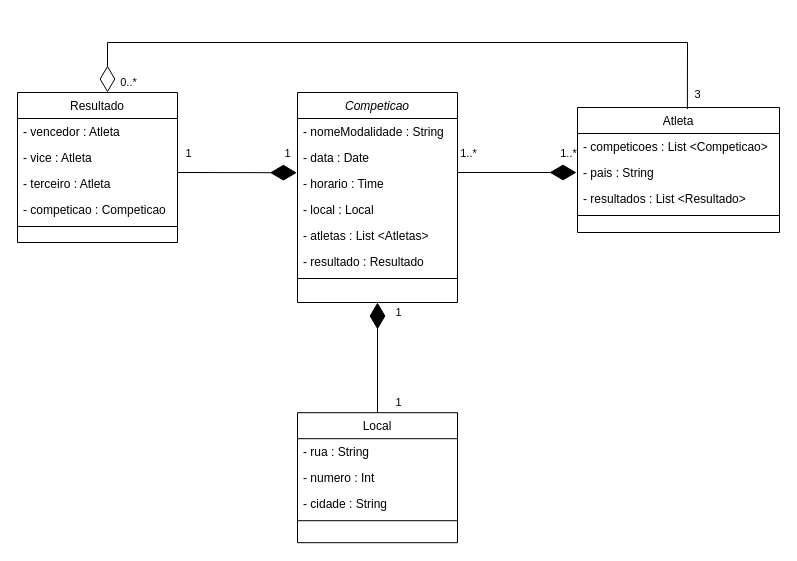
The draw.io diagram modelagens/diagrama-de-classes.drawio in o-romeroo/sistema-gestao-olimpiadas, before the edit. Source tidied: cells renumbered, new cells numbered last; positions are measured from the earlier drawing's top-left corner, leaving out a move shared by most shapes. Both pictures are drawn from the tidied source at 100%, with x=0, y=0 at pixel (17, 42).
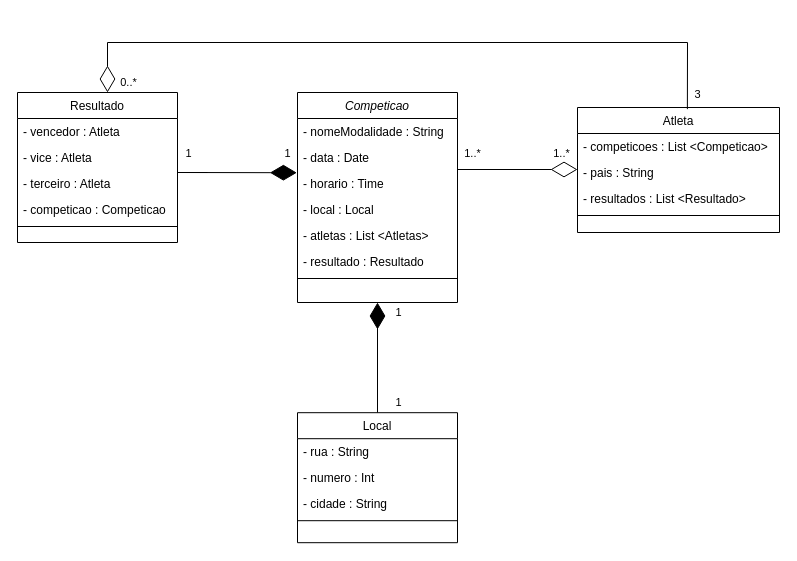
Above is the later version.

The edit, as a diff of the source:
```diff
@@
-    <mxCell id="35" style="endArrow=diamondThin;endFill=1;endSize=24;html=1;rounded=0;entryX=-0.004;entryY=0.086;entryDx=0;entryDy=0;entryPerimeter=0;" parent="1" edge="1">
-      <mxGeometry relative="1" as="geometry">
-        <mxPoint x="470" y="130" as="sourcePoint" />
-        <mxPoint x="559" y="130" as="targetPoint" />
-        <Array as="points">
-          <mxPoint x="440" y="130" />
-        </Array>
-      </mxGeometry>
-    </mxCell>
-    <mxCell id="36" value="1..*" style="edgeLabel;html=1;align=center;verticalAlign=middle;" parent="35" vertex="1">
-      <mxGeometry x="-0.71" y="-1" relative="1" as="geometry">
-        <mxPoint x="2" y="-19" as="offset" />
-      </mxGeometry>
-    </mxCell>
-    <mxCell id="37" value="1..*" style="edgeLabel;html=1;align=center;verticalAlign=middle;" parent="35" vertex="1">
-      <mxGeometry x="0.68" y="-2" relative="1" as="geometry">
-        <mxPoint x="15" y="-22" as="offset" />
-      </mxGeometry>
-    </mxCell>
+    <mxCell id="38" style="endArrow=diamondThin;endFill=0;endSize=24;html=1;rounded=0;" parent="1" edge="1">
+      <mxGeometry relative="1" as="geometry">
+        <mxPoint x="440" y="127" as="sourcePoint" />
+        <mxPoint x="560" y="127" as="targetPoint" />
+      </mxGeometry>
+    </mxCell>
+    <mxCell id="39" value="1..*" style="edgeLabel;html=1;align=center;verticalAlign=middle;" parent="38" vertex="1">
+      <mxGeometry x="-0.76" y="1" relative="1" as="geometry">
+        <mxPoint y="-16" as="offset" />
+      </mxGeometry>
+    </mxCell>
+    <mxCell id="40" value="1..*" style="edgeLabel;html=1;align=center;verticalAlign=middle;" parent="38" vertex="1">
+      <mxGeometry x="0.71" y="7" relative="1" as="geometry">
+        <mxPoint y="-10" as="offset" />
+      </mxGeometry>
+    </mxCell>
```
